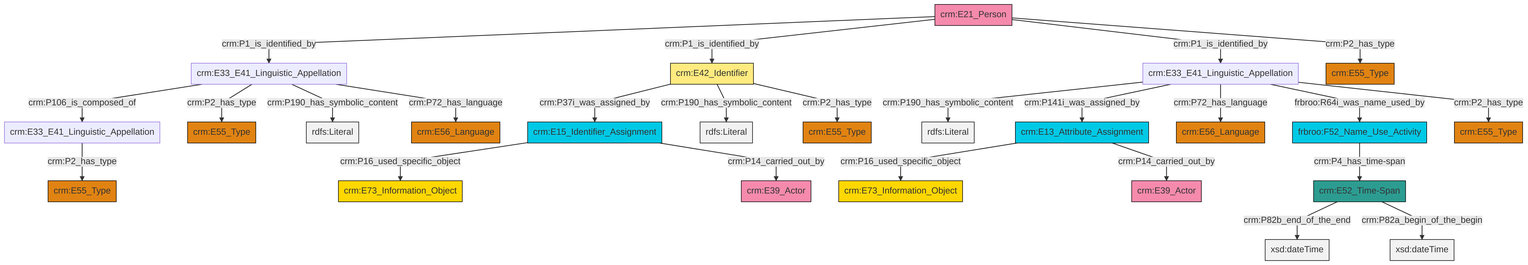
Above: et/personCSV/ttl/mmd/png/Person_Names_and_Classification.png in swiss-art-research-net/reference-data-models (Mermaid), before the change. Its source is kept beside it as et/personCSV/ttl/mmd/Person_Names_and_Classification.ttl.mmd.
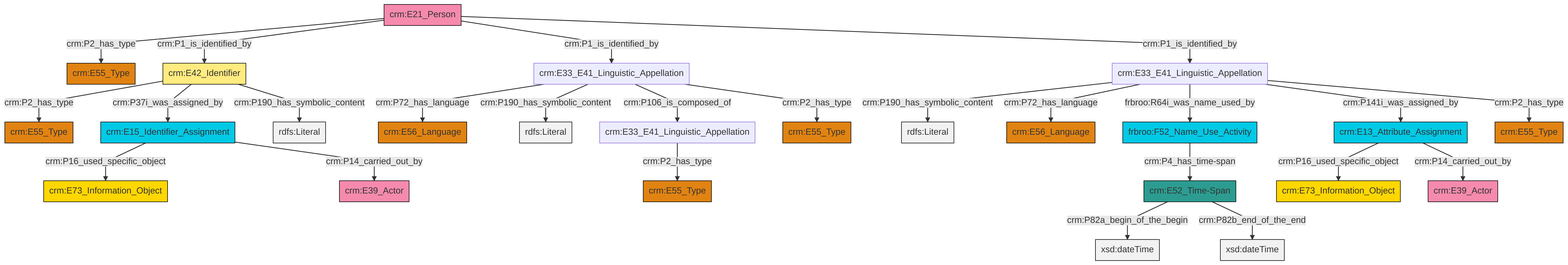
The same file after the commit.

What changed in the source:
```diff
@@ -13,27 +13,27 @@
 classDef PC_Classes fill:#4ce600, stroke:#000000;
 classDef Multi fill:#cccccc,stroke:#000000;
 
-2["crm:E33_E41_Linguistic_Appellation"]:::Default -->|crm:P190_has_symbolic_content| 3[rdfs:Literal]:::Literal
-4["crm:E42_Identifier"]:::Appellation -->|crm:P37i_was_assigned_by| 5["crm:E15_Identifier_Assignment"]:::Temporal_Entity
-8["crm:E33_E41_Linguistic_Appellation"]:::Default -->|crm:P2_has_type| 9["crm:E55_Type"]:::Type
-10["crm:E52_Time-Span"]:::Time-Span -->|crm:P82b_end_of_the_end| 11[xsd:dateTime]:::Literal
-12["crm:E13_Attribute_Assignment"]:::Temporal_Entity -->|crm:P16_used_specific_object| 0["crm:E73_Information_Object"]:::Conceptual_Object
-12["crm:E13_Attribute_Assignment"]:::Temporal_Entity -->|crm:P14_carried_out_by| 15["crm:E39_Actor"]:::Actor
-21["crm:E33_E41_Linguistic_Appellation"]:::Default -->|crm:P106_is_composed_of| 8["crm:E33_E41_Linguistic_Appellation"]:::Default
-2["crm:E33_E41_Linguistic_Appellation"]:::Default -->|crm:P141i_was_assigned_by| 12["crm:E13_Attribute_Assignment"]:::Temporal_Entity
-2["crm:E33_E41_Linguistic_Appellation"]:::Default -->|crm:P72_has_language| 27["crm:E56_Language"]:::Type
-21["crm:E33_E41_Linguistic_Appellation"]:::Default -->|crm:P2_has_type| 25["crm:E55_Type"]:::Type
-16["crm:E21_Person"]:::Actor -->|crm:P1_is_identified_by| 21["crm:E33_E41_Linguistic_Appellation"]:::Default
-16["crm:E21_Person"]:::Actor -->|crm:P1_is_identified_by| 4["crm:E42_Identifier"]:::Appellation
-10["crm:E52_Time-Span"]:::Time-Span -->|crm:P82a_begin_of_the_begin| 31[xsd:dateTime]:::Literal
-5["crm:E15_Identifier_Assignment"]:::Temporal_Entity -->|crm:P16_used_specific_object| 6["crm:E73_Information_Object"]:::Conceptual_Object
-21["crm:E33_E41_Linguistic_Appellation"]:::Default -->|crm:P190_has_symbolic_content| 35[rdfs:Literal]:::Literal
-21["crm:E33_E41_Linguistic_Appellation"]:::Default -->|crm:P72_has_language| 18["crm:E56_Language"]:::Type
-5["crm:E15_Identifier_Assignment"]:::Temporal_Entity -->|crm:P14_carried_out_by| 29["crm:E39_Actor"]:::Actor
-4["crm:E42_Identifier"]:::Appellation -->|crm:P190_has_symbolic_content| 39[rdfs:Literal]:::Literal
-2["crm:E33_E41_Linguistic_Appellation"]:::Default -->|frbroo:R64i_was_name_used_by| 41["frbroo:F52_Name_Use_Activity"]:::Temporal_Entity
-16["crm:E21_Person"]:::Actor -->|crm:P1_is_identified_by| 2["crm:E33_E41_Linguistic_Appellation"]:::Default
-4["crm:E42_Identifier"]:::Appellation -->|crm:P2_has_type| 23["crm:E55_Type"]:::Type
-16["crm:E21_Person"]:::Actor -->|crm:P2_has_type| 32["crm:E55_Type"]:::Type
-41["frbroo:F52_Name_Use_Activity"]:::Temporal_Entity -->|crm:P4_has_time-span| 10["crm:E52_Time-Span"]:::Time-Span
-2["crm:E33_E41_Linguistic_Appellation"]:::Default -->|crm:P2_has_type| 36["crm:E55_Type"]:::Type
+0["crm:E15_Identifier_Assignment"]:::Temporal_Entity -->|crm:P16_used_specific_object| 6["crm:E73_Information_Object"]:::Conceptual_Object
+4["crm:E13_Attribute_Assignment"]:::Temporal_Entity -->|crm:P16_used_specific_object| 9["crm:E73_Information_Object"]:::Conceptual_Object
+10["crm:E52_Time-Span"]:::Time-Span -->|crm:P82a_begin_of_the_begin| 11[xsd:dateTime]:::Literal
+4["crm:E13_Attribute_Assignment"]:::Temporal_Entity -->|crm:P14_carried_out_by| 14["crm:E39_Actor"]:::Actor
+18["crm:E33_E41_Linguistic_Appellation"]:::Default -->|crm:P190_has_symbolic_content| 19[rdfs:Literal]:::Literal
+18["crm:E33_E41_Linguistic_Appellation"]:::Default -->|crm:P72_has_language| 20["crm:E56_Language"]:::Type
+24["crm:E33_E41_Linguistic_Appellation"]:::Default -->|crm:P72_has_language| 25["crm:E56_Language"]:::Type
+2["crm:E21_Person"]:::Actor -->|crm:P2_has_type| 12["crm:E55_Type"]:::Type
+26["crm:E42_Identifier"]:::Appellation -->|crm:P2_has_type| 27["crm:E55_Type"]:::Type
+26["crm:E42_Identifier"]:::Appellation -->|crm:P37i_was_assigned_by| 0["crm:E15_Identifier_Assignment"]:::Temporal_Entity
+24["crm:E33_E41_Linguistic_Appellation"]:::Default -->|crm:P190_has_symbolic_content| 34[rdfs:Literal]:::Literal
+26["crm:E42_Identifier"]:::Appellation -->|crm:P190_has_symbolic_content| 35[rdfs:Literal]:::Literal
+18["crm:E33_E41_Linguistic_Appellation"]:::Default -->|frbroo:R64i_was_name_used_by| 15["frbroo:F52_Name_Use_Activity"]:::Temporal_Entity
+15["frbroo:F52_Name_Use_Activity"]:::Temporal_Entity -->|crm:P4_has_time-span| 10["crm:E52_Time-Span"]:::Time-Span
+2["crm:E21_Person"]:::Actor -->|crm:P1_is_identified_by| 26["crm:E42_Identifier"]:::Appellation
+2["crm:E21_Person"]:::Actor -->|crm:P1_is_identified_by| 24["crm:E33_E41_Linguistic_Appellation"]:::Default
+18["crm:E33_E41_Linguistic_Appellation"]:::Default -->|crm:P141i_was_assigned_by| 4["crm:E13_Attribute_Assignment"]:::Temporal_Entity
+22["crm:E33_E41_Linguistic_Appellation"]:::Default -->|crm:P2_has_type| 41["crm:E55_Type"]:::Type
+18["crm:E33_E41_Linguistic_Appellation"]:::Default -->|crm:P2_has_type| 7["crm:E55_Type"]:::Type
+2["crm:E21_Person"]:::Actor -->|crm:P1_is_identified_by| 18["crm:E33_E41_Linguistic_Appellation"]:::Default
+24["crm:E33_E41_Linguistic_Appellation"]:::Default -->|crm:P106_is_composed_of| 22["crm:E33_E41_Linguistic_Appellation"]:::Default
+10["crm:E52_Time-Span"]:::Time-Span -->|crm:P82b_end_of_the_end| 45[xsd:dateTime]:::Literal
+24["crm:E33_E41_Linguistic_Appellation"]:::Default -->|crm:P2_has_type| 30["crm:E55_Type"]:::Type
+0["crm:E15_Identifier_Assignment"]:::Temporal_Entity -->|crm:P14_carried_out_by| 37["crm:E39_Actor"]:::Actor
```
